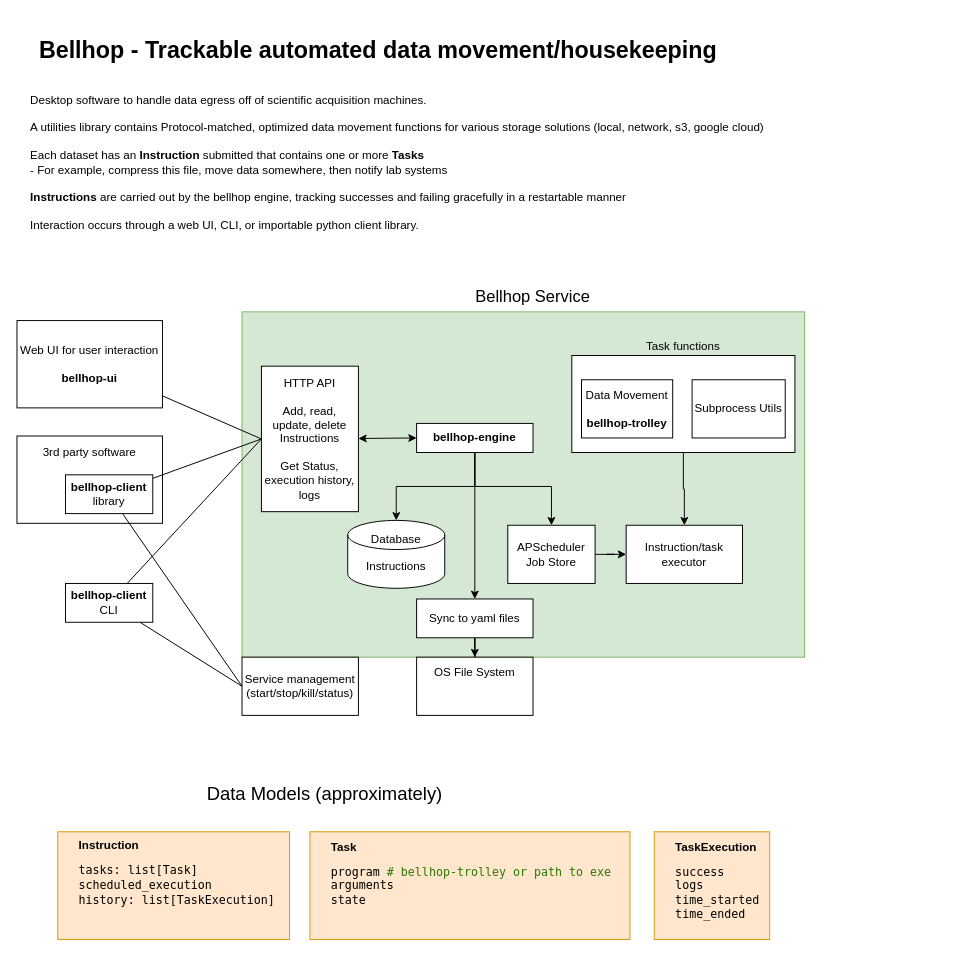
Above: docs/bellhop_architecture.drawio in AllenNeuralDynamics/bellhop (draw.io), before the change. Source tidied: cells renumbered, new cells numbered last; positions are measured from the earlier drawing's top-left corner, leaving out a move shared by most shapes. Both pictures are drawn from the tidied source at 97%, with x=0, y=0 at pixel (16, 16).
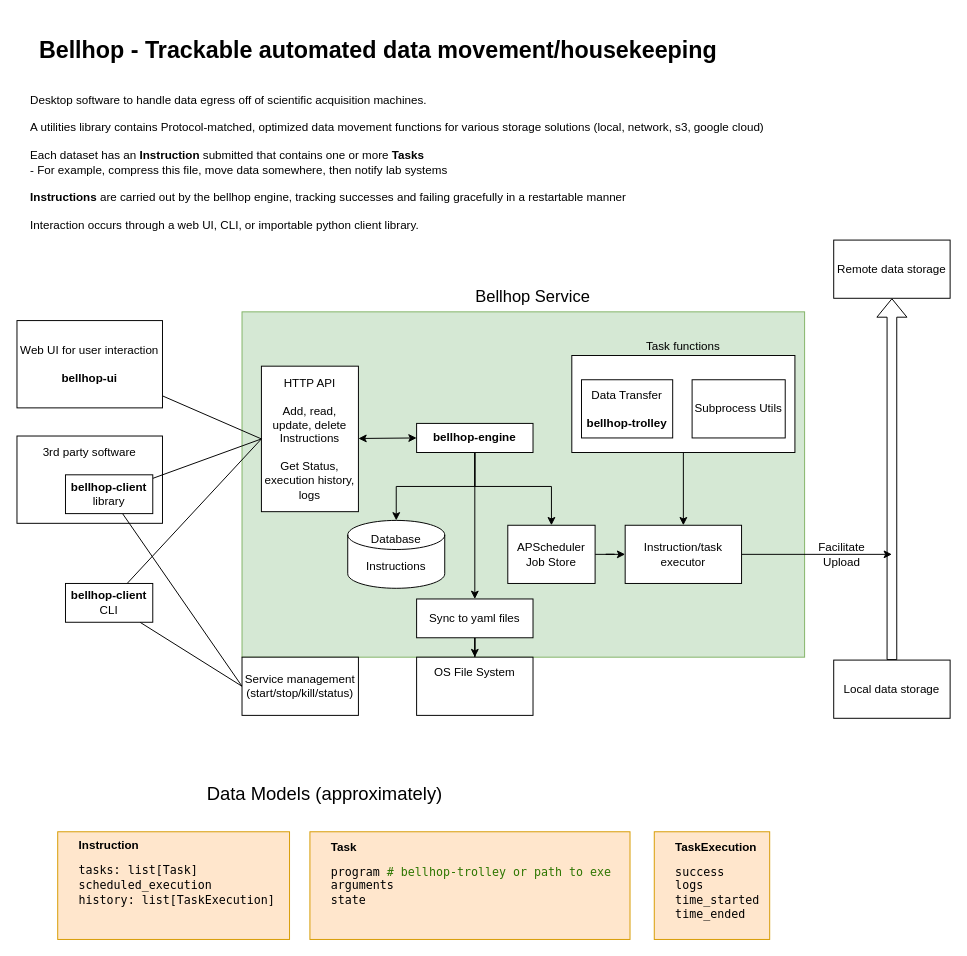
The same diagram, later.

What changed in the source:
```diff
@@
+    <mxCell id="37" style="edgeStyle=none;html=1;" parent="1" edge="1" source="17">
+      <mxGeometry relative="1" as="geometry">
+        <mxPoint x="902" y="554" as="targetPoint" />
+      </mxGeometry>
+    </mxCell>
     <mxCell id="17" value="Instruction/task executor" style="rounded=0;whiteSpace=wrap;html=1;" parent="1" vertex="1">
-      <mxGeometry x="628" y="524" width="120" height="60" as="geometry" />
+      <mxGeometry x="627" y="524" width="120" height="60" as="geometry" />
     </mxCell>
@@
-    <mxCell id="26" value="Data Movement&lt;div&gt;&lt;br&gt;&lt;div&gt;&lt;b&gt;bellhop-trolley&lt;/b&gt;&lt;/div&gt;&lt;/div&gt;" style="rounded=0;whiteSpace=wrap;html=1;" parent="1" vertex="1">
+    <mxCell id="26" value="Data Transfer&lt;div&gt;&lt;br&gt;&lt;div&gt;&lt;b&gt;bellhop-trolley&lt;/b&gt;&lt;/div&gt;&lt;/div&gt;" style="rounded=0;whiteSpace=wrap;html=1;" parent="1" vertex="1">
       <mxGeometry x="582" y="374" width="94" height="60" as="geometry" />
     </mxCell>
@@
+    <mxCell id="38" style="edgeStyle=none;html=1;entryX=0.5;entryY=1;entryDx=0;entryDy=0;shape=flexArrow;" parent="1" edge="1" source="39" target="40">
+      <mxGeometry relative="1" as="geometry" />
+    </mxCell>
+    <mxCell id="39" value="&lt;div&gt;Local data storage&lt;/div&gt;" style="rounded=0;whiteSpace=wrap;html=1;" parent="1" vertex="1">
+      <mxGeometry x="842" y="663" width="120" height="60" as="geometry" />
+    </mxCell>
+    <mxCell id="40" value="Remote data storage" style="rounded=0;whiteSpace=wrap;html=1;" parent="1" vertex="1">
+      <mxGeometry x="842" y="230" width="120" height="60" as="geometry" />
+    </mxCell>
+    <mxCell id="41" value="Facilitate&lt;div&gt;Upload&lt;/div&gt;" style="text;html=1;align=center;verticalAlign=middle;strokeColor=none;fillColor=none;textShadow=0;" parent="1" vertex="1">
+      <mxGeometry x="815" y="534" width="70" height="40" as="geometry" />
+    </mxCell>
```
